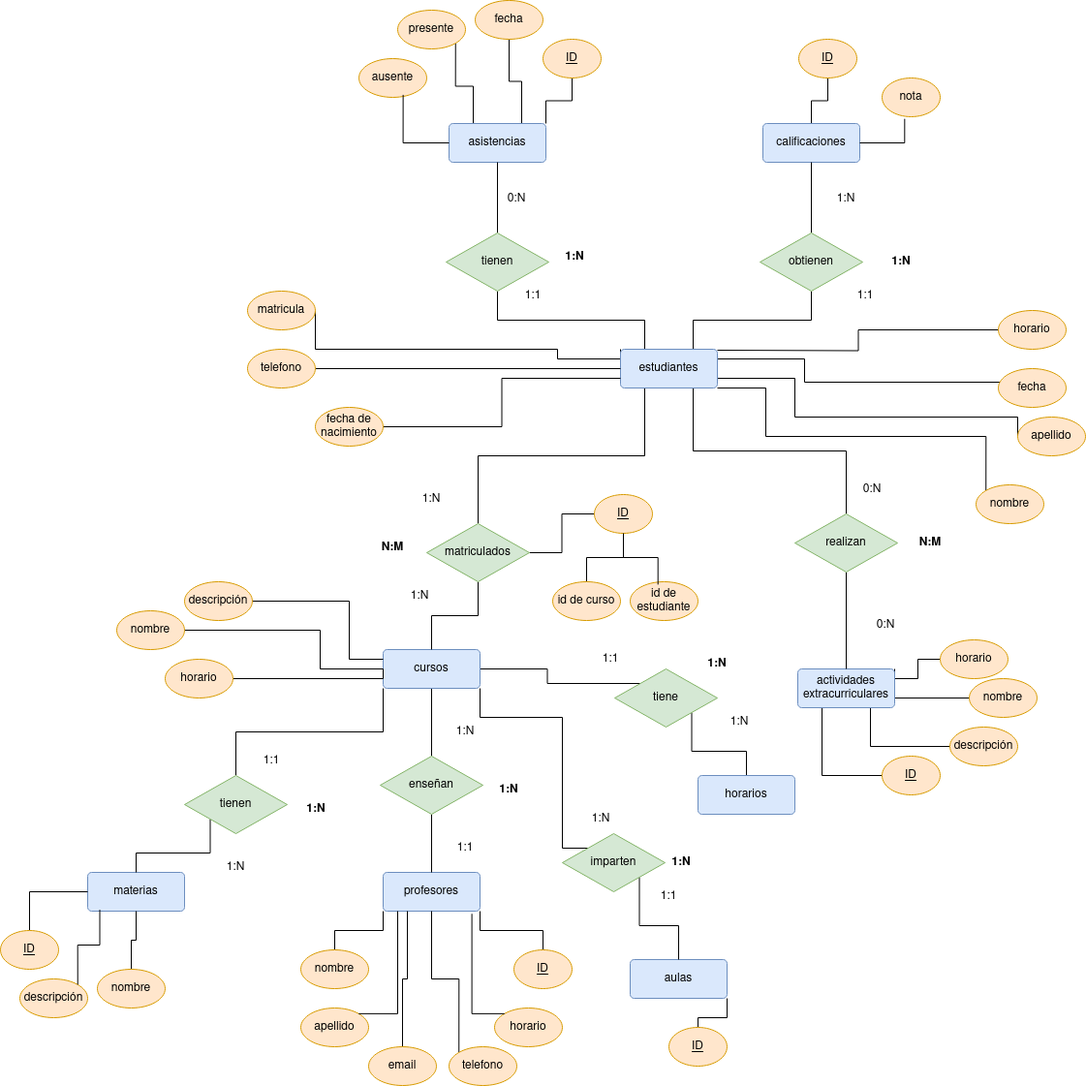
mdiogc/base-datos keeps this draw.io diagram as Unidad-1/Tareas./Tarea - 7 evaluable/Tarea evaluable.drawio.png. Above is the earlier version. Source tidied: cells renumbered, new cells last; positions are measured from the earlier drawing's top-left corner, leaving out a move shared by most shapes.
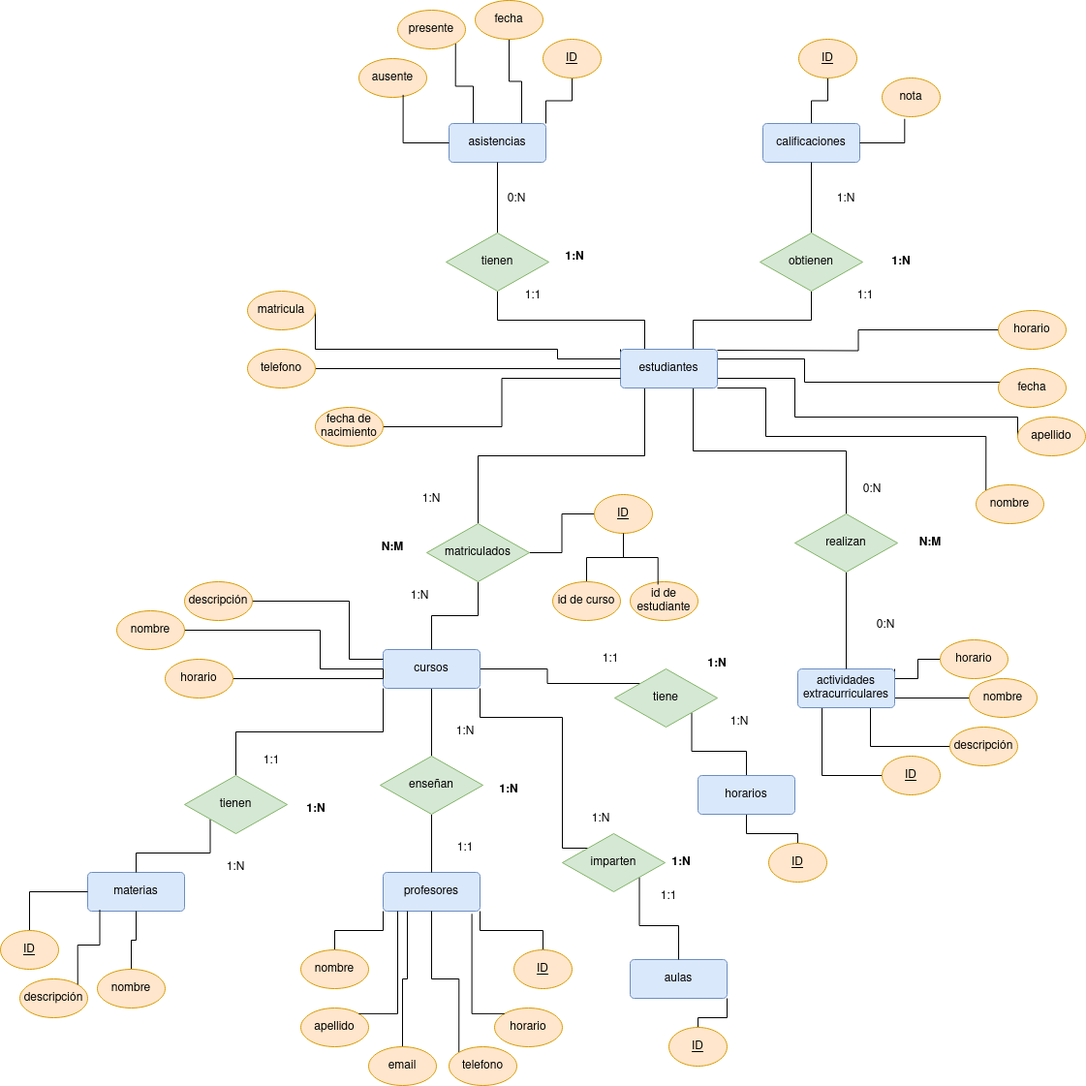
The same diagram one commit later.

The edit, as a diff of the source:
```diff
@@ -406,6 +406,9 @@
     <mxCell id="120" value="tiene" style="shape=rhombus;perimeter=rhombusPerimeter;whiteSpace=wrap;html=1;align=center;fillColor=#d5e8d4;strokeColor=#82b366;" parent="1" vertex="1">
       <mxGeometry x="634" y="690" width="106" height="60" as="geometry" />
     </mxCell>
+    <mxCell id="125" style="edgeStyle=orthogonalEdgeStyle;rounded=0;jettySize=auto;html=1;exitX=0.5;exitY=1;exitDx=0;exitDy=0;entryX=0.5;entryY=0;entryDx=0;entryDy=0;endArrow=none;endFill=0;" parent="1" edge="1" source="121" target="126">
+      <mxGeometry relative="1" as="geometry" />
+    </mxCell>
     <mxCell id="121" value="horarios" style="rounded=1;arcSize=10;whiteSpace=wrap;html=1;align=center;fillColor=#dae8fc;strokeColor=#6c8ebf;" parent="1" vertex="1">
       <mxGeometry x="720" y="800" width="100" height="40" as="geometry" />
     </mxCell>
@@ -418,5 +421,8 @@
     <mxCell id="124" value="&lt;b&gt;1:N&lt;/b&gt;" style="text;html=1;strokeColor=none;fillColor=none;align=center;verticalAlign=middle;whiteSpace=wrap;rounded=0;" parent="1" vertex="1">
       <mxGeometry x="710" y="670" width="60" height="30" as="geometry" />
     </mxCell>
+    <mxCell id="126" value="&lt;u&gt;ID&lt;/u&gt;" style="ellipse;whiteSpace=wrap;html=1;align=center;fillColor=#ffe6cc;strokeColor=#d79b00;" parent="1" vertex="1">
+      <mxGeometry x="793" y="870" width="60" height="40" as="geometry" />
+    </mxCell>
   </root>
 </mxGraphModel>
```
